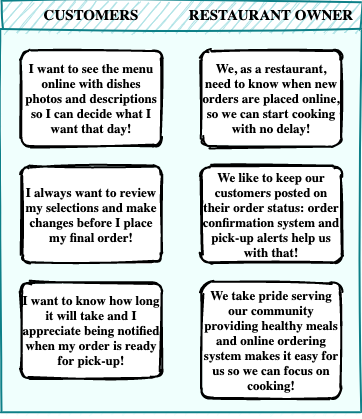
Before: docs/user_stories.png, a diagram exported from draw.io (yuzhakova/restaurant-takeout-app). Source tidied: cells renumbered, new cells last; positions are measured from the earlier drawing's top-left corner, leaving out a move shared by most shapes.
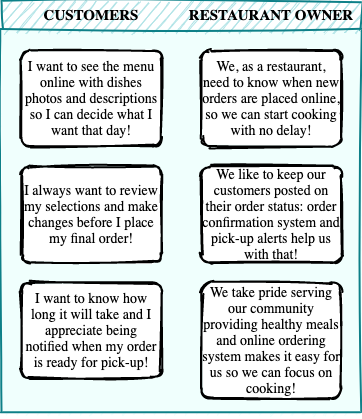
After the commit.

What changed in the source:
```diff
@@ -9,17 +9,17 @@
       <mxGeometry y="28" width="180" height="382" as="geometry" />
     </mxCell>
     <object id="4" label="I want to see the menu online with dishes photos and descriptions so I can decide what I want that day!" placeholders="1">
-      <mxCell style="whiteSpace=wrap;html=1;strokeWidth=2;fontStyle=1;spacingTop=0;rounded=1;arcSize=9;sketch=1;fontFamily=Permanent Marker;hachureGap=8;fillWeight=1;fontSize=13;align=center;" parent="3" vertex="1">
+      <mxCell style="whiteSpace=wrap;html=1;strokeWidth=2;fontStyle=0;spacingTop=0;rounded=1;arcSize=9;sketch=1;fontFamily=Permanent Marker;hachureGap=8;fillWeight=1;fontSize=14;align=center;" parent="3" vertex="1">
         <mxGeometry x="20" y="21" width="140" height="96" as="geometry" />
       </mxCell>
     </object>
     <object id="5" label="I always want to review my selections and make changes before I place my final order!" placeholders="1">
-      <mxCell style="whiteSpace=wrap;html=1;strokeWidth=2;fontStyle=1;spacingTop=0;rounded=1;arcSize=9;sketch=1;fontFamily=Permanent Marker;hachureGap=8;fillWeight=1;fontSize=13;align=center;" parent="3" vertex="1">
+      <mxCell style="whiteSpace=wrap;html=1;strokeWidth=2;fontStyle=0;spacingTop=0;rounded=1;arcSize=9;sketch=1;fontFamily=Permanent Marker;hachureGap=8;fillWeight=1;fontSize=14;align=center;" parent="3" vertex="1">
         <mxGeometry x="20" y="137" width="140" height="96" as="geometry" />
       </mxCell>
     </object>
     <object id="6" label="I want to know how long it will take and I appreciate being notified when my order is ready for pick-up!" placeholders="1">
-      <mxCell style="whiteSpace=wrap;html=1;strokeWidth=2;fontStyle=1;spacingTop=0;rounded=1;arcSize=9;sketch=1;fontFamily=Permanent Marker;hachureGap=8;fillWeight=1;fontSize=13;align=center;" parent="3" vertex="1">
+      <mxCell style="whiteSpace=wrap;html=1;strokeWidth=2;fontStyle=0;spacingTop=0;rounded=1;arcSize=9;sketch=1;fontFamily=Permanent Marker;hachureGap=8;fillWeight=1;fontSize=14;align=center;" parent="3" vertex="1">
         <mxGeometry x="20" y="253" width="140" height="96" as="geometry" />
       </mxCell>
     </object>
@@ -27,17 +27,17 @@
       <mxGeometry x="180" y="28" width="180" height="389" as="geometry" />
     </mxCell>
     <object id="8" label="We, as a restaurant, need to know when new orders are placed online, so we can start cooking with no delay!" placeholders="1">
-      <mxCell style="whiteSpace=wrap;html=1;strokeWidth=2;fontStyle=1;spacingTop=0;rounded=1;arcSize=9;sketch=1;fontFamily=Permanent Marker;hachureGap=8;fillWeight=1;fontSize=13;align=center;" parent="7" vertex="1">
+      <mxCell style="whiteSpace=wrap;html=1;strokeWidth=2;fontStyle=0;spacingTop=0;rounded=1;arcSize=9;sketch=1;fontFamily=Permanent Marker;hachureGap=8;fillWeight=1;fontSize=14;align=center;" parent="7" vertex="1">
         <mxGeometry x="20" y="21" width="140" height="96" as="geometry" />
       </mxCell>
     </object>
     <object id="9" label="We like to keep our customers posted on their order status: order confirmation system and pick-up alerts help us with that!" placeholders="1">
-      <mxCell style="whiteSpace=wrap;html=1;strokeWidth=2;fontStyle=1;spacingTop=0;rounded=1;arcSize=9;sketch=1;fontFamily=Permanent Marker;hachureGap=8;fillWeight=1;fontSize=13;align=center;" parent="7" vertex="1">
+      <mxCell style="whiteSpace=wrap;html=1;strokeWidth=2;fontStyle=0;spacingTop=0;rounded=1;arcSize=9;sketch=1;fontFamily=Permanent Marker;hachureGap=8;fillWeight=1;fontSize=14;align=center;" parent="7" vertex="1">
         <mxGeometry x="20" y="137" width="140" height="96" as="geometry" />
       </mxCell>
     </object>
     <object id="10" label="We take pride serving our community providing healthy meals and online ordering system makes it easy for us so we can focus on cooking!" placeholders="1">
-      <mxCell style="whiteSpace=wrap;html=1;strokeWidth=2;fontStyle=1;spacingTop=0;rounded=1;arcSize=9;sketch=1;fontFamily=Permanent Marker;hachureGap=8;fillWeight=1;fontSize=13;align=center;" parent="7" vertex="1">
+      <mxCell style="whiteSpace=wrap;html=1;strokeWidth=2;fontStyle=0;spacingTop=0;rounded=1;arcSize=9;sketch=1;fontFamily=Permanent Marker;hachureGap=8;fillWeight=1;fontSize=14;align=center;" parent="7" vertex="1">
         <mxGeometry x="20" y="253" width="140" height="116" as="geometry" />
       </mxCell>
     </object>
```
